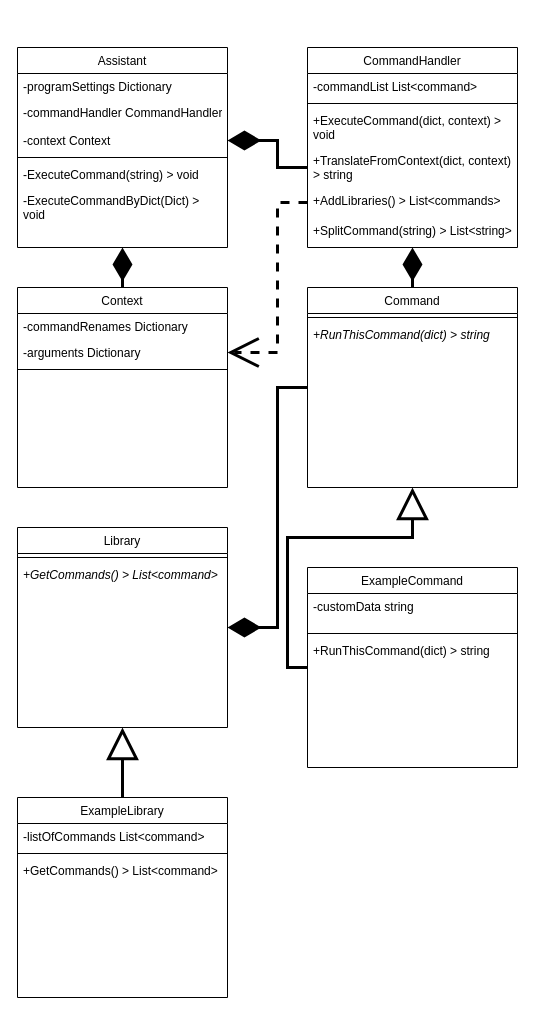
Before: class diagram.drawio in oldmartijntje/virtual-assistant, a draw.io diagram. Source tidied: cells renumbered, new cells numbered last; positions are measured from the earlier drawing's top-left corner, leaving out a move shared by most shapes. Both pictures are drawn from the tidied source at 100%, with x=0, y=0 at pixel (17, 47).
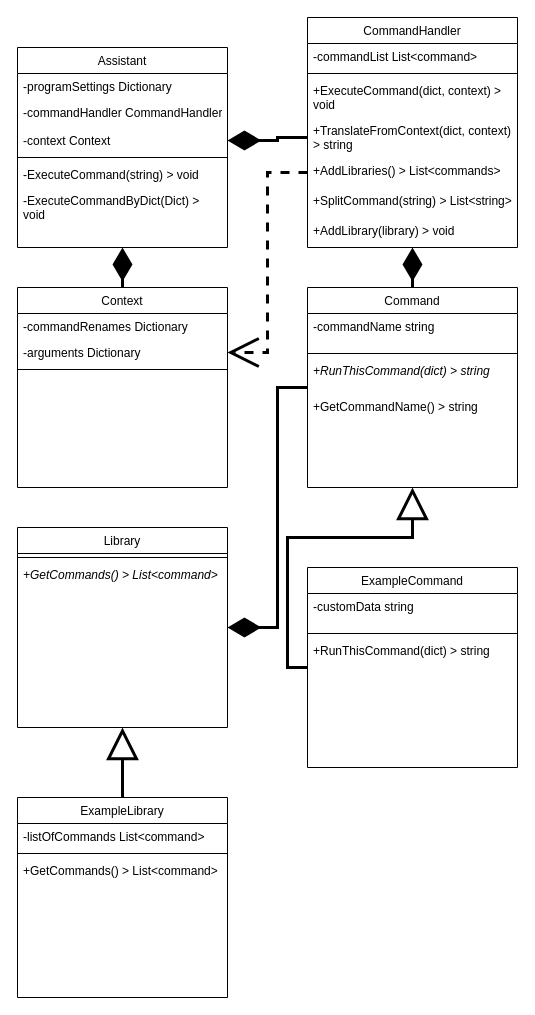
After the change.

Unchanged cells that the change refers to:
```xml
<mxCell id="14" value="+AddLibraries() &gt; List&lt;commands&gt;" style="text;align=left;verticalAlign=top;spacingLeft=4;spacingRight=4;overflow=hidden;points=[[0,0.5],[1,0.5]];portConstraint=eastwest;whiteSpace=wrap;" parent="9" vertex="1">
  <mxGeometry y="140" width="210" height="30" as="geometry" />
</mxCell>
<mxCell id="19" value="-arguments Dictionary" style="text;align=left;verticalAlign=top;spacingLeft=4;spacingRight=4;overflow=hidden;points=[[0,0.5],[1,0.5]];portConstraint=eastwest;" parent="17" vertex="1">
  <mxGeometry y="52" width="210" height="26" as="geometry" />
</mxCell>
<mxCell id="26" value="Command" style="swimlane;fontStyle=0;align=center;verticalAlign=top;horizontal=1;startSize=26;rounded=0;shadow=0;strokeWidth=1;" parent="1" vertex="1">
  <mxGeometry x="290" y="240" width="210" height="200" as="geometry" />
</mxCell>
```

The edit, as a diff of the source:
```diff
@@
     <mxCell id="9" value="CommandHandler" style="swimlane;fontStyle=0;align=center;verticalAlign=top;horizontal=1;startSize=26;rounded=0;shadow=0;strokeWidth=1;" parent="1" vertex="1">
-      <mxGeometry x="290" width="210" height="200" as="geometry" />
+      <mxGeometry x="290" y="-30" width="210" height="230" as="geometry" />
     </mxCell>
@@
+    <mxCell id="41" value="+AddLibrary(library) &gt; void" style="text;align=left;verticalAlign=top;spacingLeft=4;spacingRight=4;overflow=hidden;whiteSpace=wrap;" parent="9" vertex="1">
+      <mxGeometry y="200" width="210" height="30" as="geometry" />
+    </mxCell>
@@
+    <mxCell id="42" value="-commandName string" style="text;align=left;verticalAlign=top;spacingLeft=4;spacingRight=4;overflow=hidden;fontStyle=0;whiteSpace=wrap;" parent="26" vertex="1">
+      <mxGeometry y="26" width="210" height="36" as="geometry" />
+    </mxCell>
     <mxCell id="27" style="line;html=1;strokeWidth=1;align=left;verticalAlign=middle;spacingTop=-1;spacingLeft=3;spacingRight=3;labelPosition=right;" parent="26" vertex="1">
-      <mxGeometry y="26" width="210" height="8" as="geometry" />
+      <mxGeometry y="62" width="210" height="8" as="geometry" />
     </mxCell>
     <mxCell id="28" value="+RunThisCommand(dict) &gt; string" style="text;align=left;verticalAlign=top;spacingLeft=4;spacingRight=4;overflow=hidden;fontStyle=2;whiteSpace=wrap;" parent="26" vertex="1">
-      <mxGeometry y="34" width="210" height="36" as="geometry" />
+      <mxGeometry y="70" width="210" height="36" as="geometry" />
     </mxCell>
+    <mxCell id="43" value="+GetCommandName() &gt; string" style="text;align=left;verticalAlign=top;spacingLeft=4;spacingRight=4;overflow=hidden;fontStyle=0;whiteSpace=wrap;" parent="26" vertex="1">
+      <mxGeometry y="106" width="210" height="36" as="geometry" />
+    </mxCell>
@@
     <mxCell id="30" style="edgeStyle=orthogonalEdgeStyle;rounded=0;jettySize=auto;html=1;entryX=1;entryY=0.5;entryDx=0;entryDy=0;endArrow=open;endFill=0;endSize=25;dashed=1;strokeWidth=3;" parent="1" edge="1" source="14" target="19">
-      <mxGeometry relative="1" as="geometry" />
+      <mxGeometry relative="1" as="geometry">
+        <Array as="points">
+          <mxPoint x="250" y="125" />
+          <mxPoint x="250" y="305" />
+        </Array>
+      </mxGeometry>
     </mxCell>
```
